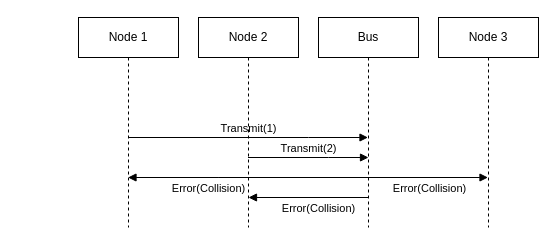
Before: docs/images/ethernet_transmit_collision.drawio in modelica/fmi-ls-bus, a draw.io diagram. Source tidied: cells renumbered, new cells numbered last; positions are measured from the earlier drawing's top-left corner, leaving out a move shared by most shapes. Both pictures are drawn from the tidied source at 100%, with x=0, y=0 at pixel (78, 17).
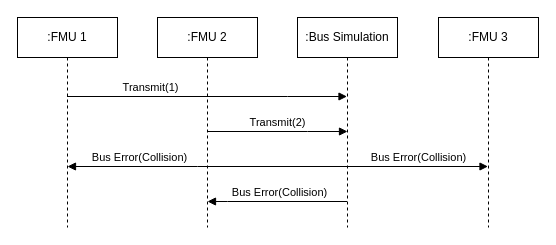
After the change.

Commit message (it also covers changes not shown here):
Fixed some ethernet images and typos

What changed in the source:
```diff
@@
-    <mxCell id="2" value="Node 1" style="shape=umlLifeline;perimeter=lifelinePerimeter;whiteSpace=wrap;html=1;outlineConnect=0;portConstraint=eastwest;newEdgeStyle={&quot;edgeStyle&quot;:&quot;elbowEdgeStyle&quot;,&quot;elbow&quot;:&quot;vertical&quot;,&quot;curved&quot;:0,&quot;rounded&quot;:0};" parent="1" vertex="1">
-      <mxGeometry width="100" height="210" as="geometry" />
+    <mxCell id="2" value=":FMU 1" style="shape=umlLifeline;perimeter=lifelinePerimeter;whiteSpace=wrap;html=1;outlineConnect=0;portConstraint=eastwest;newEdgeStyle={&quot;edgeStyle&quot;:&quot;elbowEdgeStyle&quot;,&quot;elbow&quot;:&quot;vertical&quot;,&quot;curved&quot;:0,&quot;rounded&quot;:0};" parent="1" vertex="1">
+      <mxGeometry x="-61" width="100" height="210" as="geometry" />
     </mxCell>
-    <mxCell id="3" value="Bus" style="shape=umlLifeline;perimeter=lifelinePerimeter;whiteSpace=wrap;html=1;outlineConnect=0;portConstraint=eastwest;newEdgeStyle={&quot;edgeStyle&quot;:&quot;elbowEdgeStyle&quot;,&quot;elbow&quot;:&quot;vertical&quot;,&quot;curved&quot;:0,&quot;rounded&quot;:0};" parent="1" vertex="1">
-      <mxGeometry x="240" width="100" height="210" as="geometry" />
+    <mxCell id="3" value=":Bus Simulation" style="shape=umlLifeline;perimeter=lifelinePerimeter;whiteSpace=wrap;html=1;outlineConnect=0;portConstraint=eastwest;newEdgeStyle={&quot;edgeStyle&quot;:&quot;elbowEdgeStyle&quot;,&quot;elbow&quot;:&quot;vertical&quot;,&quot;curved&quot;:0,&quot;rounded&quot;:0};" parent="1" vertex="1">
+      <mxGeometry x="219" width="100" height="210" as="geometry" />
     </mxCell>
-    <mxCell id="4" value="Node 3" style="shape=umlLifeline;perimeter=lifelinePerimeter;whiteSpace=wrap;html=1;outlineConnect=0;portConstraint=eastwest;newEdgeStyle={&quot;edgeStyle&quot;:&quot;elbowEdgeStyle&quot;,&quot;elbow&quot;:&quot;vertical&quot;,&quot;curved&quot;:0,&quot;rounded&quot;:0};" parent="1" vertex="1">
+    <mxCell id="4" value=":FMU 3" style="shape=umlLifeline;perimeter=lifelinePerimeter;whiteSpace=wrap;html=1;outlineConnect=0;portConstraint=eastwest;newEdgeStyle={&quot;edgeStyle&quot;:&quot;elbowEdgeStyle&quot;,&quot;elbow&quot;:&quot;vertical&quot;,&quot;curved&quot;:0,&quot;rounded&quot;:0};" parent="1" vertex="1">
       <mxGeometry x="360" width="100" height="210" as="geometry" />
     </mxCell>
-    <mxCell id="5" value="Transmit(1)" style="html=1;verticalAlign=bottom;endArrow=block;edgeStyle=elbowEdgeStyle;elbow=vertical;curved=0;rounded=0;" parent="1" edge="1" source="2" target="3">
-      <mxGeometry relative="1" as="geometry">
+    <mxCell id="5" value="Transmit(1)" style="html=1;verticalAlign=bottom;endArrow=block;edgeStyle=elbowEdgeStyle;elbow=vertical;curved=0;rounded=0;" parent="1" edge="1" source="2">
+      <mxGeometry x="-0.41" relative="1" as="geometry">
+        <mxPoint x="268.5" y="79" as="targetPoint" />
         <Array as="points">
-          <mxPoint x="230" y="120" />
-          <mxPoint x="250" y="120" />
-          <mxPoint x="110" y="120" />
+          <mxPoint x="209" y="79" />
+          <mxPoint x="229" y="79" />
+          <mxPoint x="89" y="79" />
         </Array>
       </mxGeometry>
     </mxCell>
-    <mxCell id="6" value="Node 2" style="shape=umlLifeline;perimeter=lifelinePerimeter;whiteSpace=wrap;html=1;outlineConnect=0;portConstraint=eastwest;newEdgeStyle={&quot;edgeStyle&quot;:&quot;elbowEdgeStyle&quot;,&quot;elbow&quot;:&quot;vertical&quot;,&quot;curved&quot;:0,&quot;rounded&quot;:0};" parent="1" vertex="1">
-      <mxGeometry x="120" width="100" height="210" as="geometry" />
+    <mxCell id="6" value=":FMU 2" style="shape=umlLifeline;perimeter=lifelinePerimeter;whiteSpace=wrap;html=1;outlineConnect=0;portConstraint=eastwest;newEdgeStyle={&quot;edgeStyle&quot;:&quot;elbowEdgeStyle&quot;,&quot;elbow&quot;:&quot;vertical&quot;,&quot;curved&quot;:0,&quot;rounded&quot;:0};" parent="1" vertex="1">
+      <mxGeometry x="79" width="100" height="210" as="geometry" />
     </mxCell>
-    <mxCell id="7" value="Transmit(2)" style="html=1;verticalAlign=bottom;endArrow=block;edgeStyle=elbowEdgeStyle;elbow=vertical;curved=0;rounded=0;" parent="1" edge="1" source="6">
+    <mxCell id="7" value="Transmit(2)" style="html=1;verticalAlign=bottom;endArrow=block;edgeStyle=elbowEdgeStyle;elbow=vertical;curved=0;rounded=0;" parent="1" edge="1">
       <mxGeometry relative="1" as="geometry">
-        <mxPoint x="290" y="140" as="targetPoint" />
+        <mxPoint x="129" y="114" as="sourcePoint" />
+        <mxPoint x="269" y="114" as="targetPoint" />
         <Array as="points">
-          <mxPoint x="250" y="140" />
-          <mxPoint x="240" y="130" />
-          <mxPoint x="260" y="130" />
-          <mxPoint x="120" y="130" />
+          <mxPoint x="229" y="114" />
+          <mxPoint x="219" y="104" />
+          <mxPoint x="239" y="104" />
+          <mxPoint x="99" y="104" />
         </Array>
       </mxGeometry>
     </mxCell>
-    <mxCell id="8" value="Error(Collision)" style="html=1;verticalAlign=bottom;endArrow=block;edgeStyle=elbowEdgeStyle;elbow=vertical;curved=0;rounded=0;" parent="1" edge="1" source="3" target="2">
-      <mxGeometry x="0.33" y="20" relative="1" as="geometry">
+    <mxCell id="8" value="Bus Error(Collision)" style="html=1;verticalAlign=bottom;endArrow=block;edgeStyle=elbowEdgeStyle;elbow=vertical;curved=0;rounded=0;" parent="1" edge="1">
+      <mxGeometry x="0.49" relative="1" as="geometry">
+        <mxPoint x="268.5" y="149" as="sourcePoint" />
+        <mxPoint x="-11" y="149" as="targetPoint" />
         <Array as="points">
-          <mxPoint x="140" y="160" />
-          <mxPoint x="260" y="170" />
-          <mxPoint x="270" y="220" />
-          <mxPoint x="250" y="230" />
-          <mxPoint x="130" y="190" />
-          <mxPoint x="240" y="200" />
-          <mxPoint x="260" y="200" />
-          <mxPoint x="230" y="180" />
+          <mxPoint x="119" y="149" />
+          <mxPoint x="239" y="159" />
+          <mxPoint x="249" y="209" />
+          <mxPoint x="229" y="219" />
+          <mxPoint x="109" y="179" />
+          <mxPoint x="219" y="189" />
+          <mxPoint x="239" y="189" />
+          <mxPoint x="209" y="169" />
         </Array>
       </mxGeometry>
     </mxCell>
-    <mxCell id="9" value="Error(Collision)" style="html=1;verticalAlign=bottom;endArrow=block;edgeStyle=elbowEdgeStyle;elbow=vertical;curved=0;rounded=0;" parent="1" edge="1" source="3">
-      <mxGeometry x="-0.17" y="20" relative="1" as="geometry">
-        <mxPoint x="170" y="180" as="targetPoint" />
+    <mxCell id="9" value="Bus Error(Collision)" style="html=1;verticalAlign=bottom;endArrow=block;edgeStyle=elbowEdgeStyle;elbow=vertical;curved=0;rounded=0;" parent="1" edge="1">
+      <mxGeometry x="-0.02" relative="1" as="geometry">
+        <mxPoint x="268.5" y="184" as="sourcePoint" />
+        <mxPoint x="129" y="184" as="targetPoint" />
         <Array as="points">
-          <mxPoint x="170" y="180" />
-          <mxPoint x="240" y="170" />
-          <mxPoint x="240" y="180" />
-          <mxPoint x="260" y="190" />
-          <mxPoint x="270" y="240" />
-          <mxPoint x="250" y="250" />
-          <mxPoint x="130" y="210" />
-          <mxPoint x="240" y="220" />
-          <mxPoint x="260" y="220" />
-          <mxPoint x="230" y="200" />
+          <mxPoint x="149" y="184" />
+          <mxPoint x="219" y="174" />
+          <mxPoint x="219" y="184" />
+          <mxPoint x="239" y="194" />
+          <mxPoint x="249" y="244" />
+          <mxPoint x="229" y="254" />
+          <mxPoint x="109" y="214" />
+          <mxPoint x="219" y="224" />
+          <mxPoint x="239" y="224" />
+          <mxPoint x="209" y="204" />
         </Array>
       </mxGeometry>
     </mxCell>
-    <mxCell id="10" value="Error(Collision)" style="html=1;verticalAlign=bottom;endArrow=block;edgeStyle=elbowEdgeStyle;elbow=vertical;curved=0;rounded=0;" parent="1" edge="1" target="4">
-      <mxGeometry x="0.72" y="-20" relative="1" as="geometry">
-        <mxPoint x="290" y="160" as="sourcePoint" />
+    <mxCell id="10" value="Bus Error(Collision)" style="html=1;verticalAlign=bottom;endArrow=block;edgeStyle=elbowEdgeStyle;elbow=vertical;curved=0;rounded=0;" parent="1" edge="1">
+      <mxGeometry x="0.67" relative="1" as="geometry">
+        <mxPoint x="290" y="149" as="sourcePoint" />
+        <mxPoint x="409.5" y="149" as="targetPoint" />
         <Array as="points">
-          <mxPoint x="140" y="160" />
-          <mxPoint x="260" y="170" />
-          <mxPoint x="270" y="220" />
-          <mxPoint x="250" y="230" />
-          <mxPoint x="130" y="190" />
-          <mxPoint x="240" y="200" />
-          <mxPoint x="260" y="200" />
-          <mxPoint x="230" y="180" />
+          <mxPoint x="140" y="149" />
+          <mxPoint x="260" y="159" />
+          <mxPoint x="270" y="209" />
+          <mxPoint x="250" y="219" />
+          <mxPoint x="130" y="179" />
+          <mxPoint x="240" y="189" />
+          <mxPoint x="260" y="189" />
+          <mxPoint x="230" y="169" />
         </Array>
       </mxGeometry>
     </mxCell>
```
